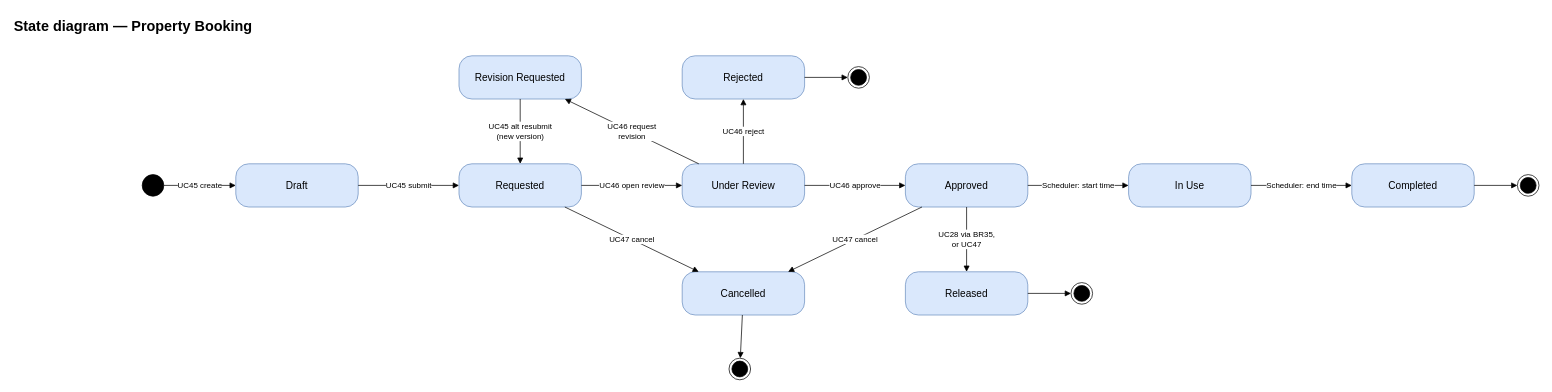
The draw.io diagram page "Property Booking" (8 of 8) of docs/03-diagrams/UCMS_State_Diagrams.drawio in nvdekay/ClubManagementSystem, before the edit. Source tidied: cells renumbered, new cells numbered last; positions are measured from the earlier drawing's top-left corner, leaving out a move shared by most shapes. Both pictures are drawn from the tidied source at 72%, with x=0, y=0 at pixel (12, 12).
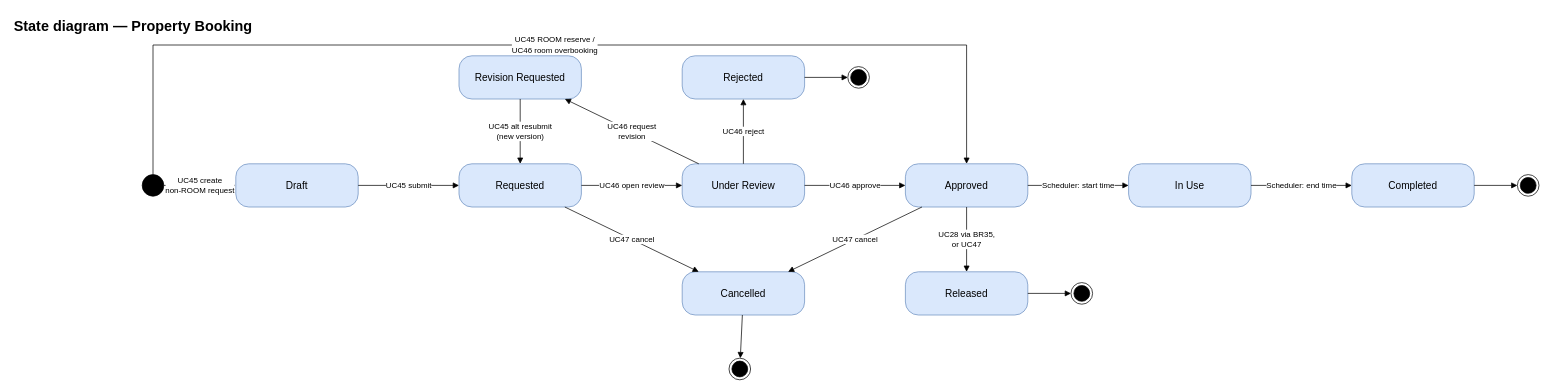
After the change.

The change refers to these unchanged cells:
```xml
<mxCell id="5" value="Draft" style="rounded=1;arcSize=30;whiteSpace=wrap;html=1;fillColor=#dae8fc;strokeColor=#6c8ebf;fontSize=14;" parent="1" vertex="1">
  <mxGeometry x="310" y="210" width="170" height="60" as="geometry" />
</mxCell>
<mxCell id="8" value="Approved" style="rounded=1;arcSize=30;whiteSpace=wrap;html=1;fillColor=#dae8fc;strokeColor=#6c8ebf;fontSize=14;" parent="1" vertex="1">
  <mxGeometry x="1240" y="210" width="170" height="60" as="geometry" />
</mxCell>
<mxCell id="13" style="ellipse;html=1;fillColor=#000000;strokeColor=#000000;" parent="1" vertex="1">
  <mxGeometry x="180" y="225" width="30" height="30" as="geometry" />
</mxCell>
```

The edit, as a diff of the source:
```diff
@@
-    <mxCell id="14" value="UC45 create" style="endArrow=block;endFill=1;html=1;rounded=0;fontSize=11;labelBackgroundColor=#ffffff;" parent="1" edge="1" source="13" target="5">
+    <mxCell id="14" value="UC45 create&lt;br&gt;non-ROOM request" style="endArrow=block;endFill=1;html=1;rounded=0;fontSize=11;labelBackgroundColor=#ffffff;" parent="1" edge="1" source="13" target="5">
       <mxGeometry relative="1" as="geometry" />
     </mxCell>
@@
+    <mxCell id="34" value="UC45 ROOM reserve /&lt;br&gt;UC46 room overbooking" style="endArrow=block;endFill=1;html=1;rounded=0;fontSize=11;labelBackgroundColor=#ffffff;edgeStyle=orthogonalEdgeStyle;exitX=0.5;exitY=0;entryX=0.5;entryY=0;" parent="1" edge="1" source="13" target="8">
+      <mxGeometry relative="1" as="geometry">
+        <Array as="points">
+          <mxPoint x="195" y="45" />
+          <mxPoint x="1325" y="45" />
+        </Array>
+      </mxGeometry>
+    </mxCell>
```
